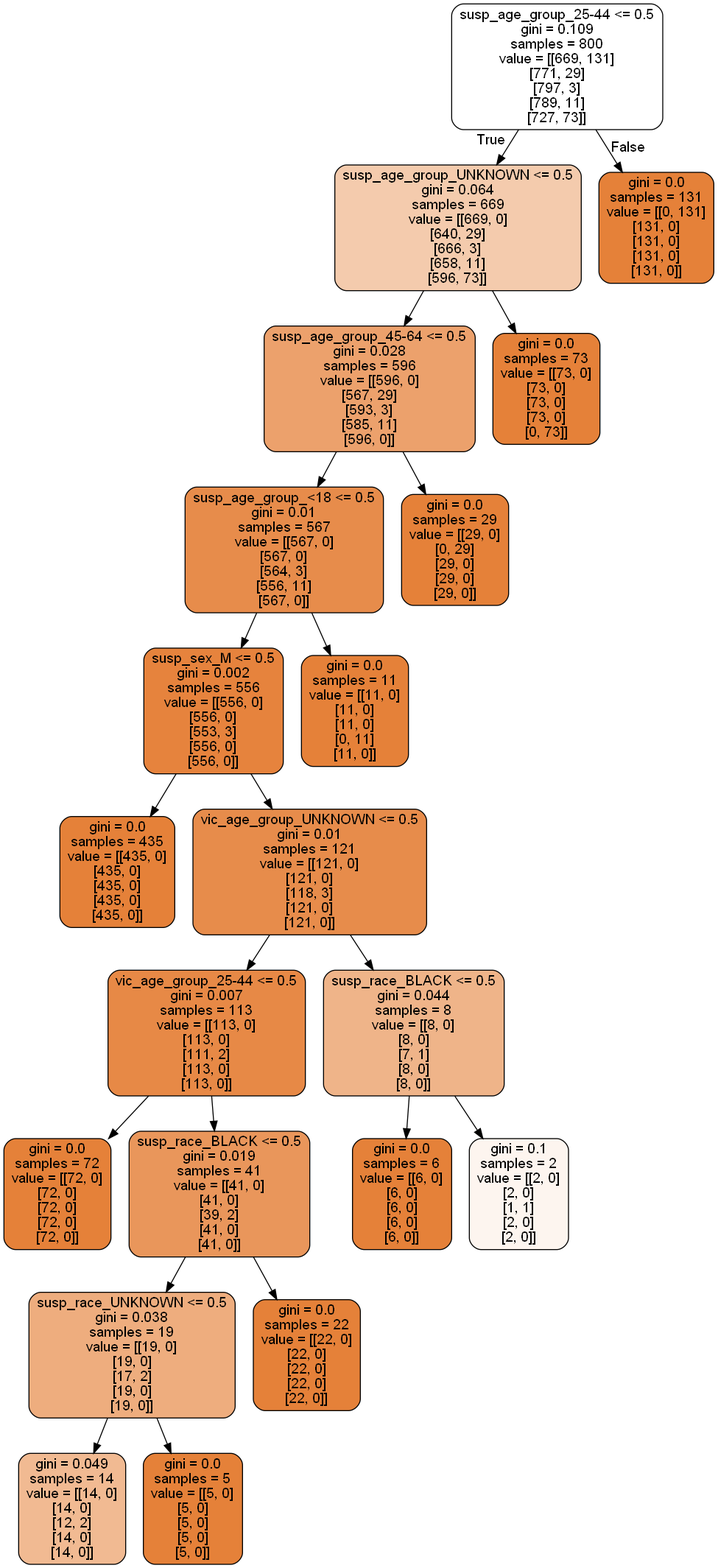
Before: tree.png, a diagram exported from Graphviz (miguegallardo16/NY-crimes). Its source is kept beside it as tree.dot. Its diagram source:
```dot
digraph Tree {
node [shape=box, style="filled, rounded", color="black", fontname=helvetica] ;
edge [fontname=helvetica] ;
0 [label="susp_age_group_25-44 <= 0.5\ngini = 0.109\nsamples = 800\nvalue = [[669, 131]\n[771, 29]\n[797, 3]\n[789, 11]\n[727, 73]]", fillcolor="#ffffff"] ;
1 [label="susp_age_group_UNKNOWN <= 0.5\ngini = 0.064\nsamples = 669\nvalue = [[669, 0]\n[640, 29]\n[666, 3]\n[658, 11]\n[596, 73]]", fillcolor="#f4cbad"] ;
0 -> 1 [labeldistance=2.5, labelangle=45, headlabel="True"] ;
2 [label="susp_age_group_45-64 <= 0.5\ngini = 0.028\nsamples = 596\nvalue = [[596, 0]\n[567, 29]\n[593, 3]\n[585, 11]\n[596, 0]]", fillcolor="#eca16c"] ;
1 -> 2 ;
3 [label="susp_age_group_<18 <= 0.5\ngini = 0.01\nsamples = 567\nvalue = [[567, 0]\n[567, 0]\n[564, 3]\n[556, 11]\n[567, 0]]", fillcolor="#e78c4b"] ;
2 -> 3 ;
4 [label="susp_sex_M <= 0.5\ngini = 0.002\nsamples = 556\nvalue = [[556, 0]\n[556, 0]\n[553, 3]\n[556, 0]\n[556, 0]]", fillcolor="#e6833d"] ;
3 -> 4 ;
5 [label="gini = 0.0\nsamples = 435\nvalue = [[435, 0]\n[435, 0]\n[435, 0]\n[435, 0]\n[435, 0]]", fillcolor="#e58139"] ;
4 -> 5 ;
6 [label="vic_age_group_UNKNOWN <= 0.5\ngini = 0.01\nsamples = 121\nvalue = [[121, 0]\n[121, 0]\n[118, 3]\n[121, 0]\n[121, 0]]", fillcolor="#e78c4b"] ;
4 -> 6 ;
7 [label="vic_age_group_25-44 <= 0.5\ngini = 0.007\nsamples = 113\nvalue = [[113, 0]\n[113, 0]\n[111, 2]\n[113, 0]\n[113, 0]]", fillcolor="#e78946"] ;
6 -> 7 ;
8 [label="gini = 0.0\nsamples = 72\nvalue = [[72, 0]\n[72, 0]\n[72, 0]\n[72, 0]\n[72, 0]]", fillcolor="#e58139"] ;
7 -> 8 ;
9 [label="susp_race_BLACK <= 0.5\ngini = 0.019\nsamples = 41\nvalue = [[41, 0]\n[41, 0]\n[39, 2]\n[41, 0]\n[41, 0]]", fillcolor="#e9965b"] ;
7 -> 9 ;
10 [label="susp_race_UNKNOWN <= 0.5\ngini = 0.038\nsamples = 19\nvalue = [[19, 0]\n[19, 0]\n[17, 2]\n[19, 0]\n[19, 0]]", fillcolor="#eead7e"] ;
9 -> 10 ;
11 [label="gini = 0.049\nsamples = 14\nvalue = [[14, 0]\n[14, 0]\n[12, 2]\n[14, 0]\n[14, 0]]", fillcolor="#f1ba92"] ;
10 -> 11 ;
12 [label="gini = 0.0\nsamples = 5\nvalue = [[5, 0]\n[5, 0]\n[5, 0]\n[5, 0]\n[5, 0]]", fillcolor="#e58139"] ;
10 -> 12 ;
13 [label="gini = 0.0\nsamples = 22\nvalue = [[22, 0]\n[22, 0]\n[22, 0]\n[22, 0]\n[22, 0]]", fillcolor="#e58139"] ;
9 -> 13 ;
14 [label="susp_race_BLACK <= 0.5\ngini = 0.044\nsamples = 8\nvalue = [[8, 0]\n[8, 0]\n[7, 1]\n[8, 0]\n[8, 0]]", fillcolor="#efb489"] ;
6 -> 14 ;
15 [label="gini = 0.0\nsamples = 6\nvalue = [[6, 0]\n[6, 0]\n[6, 0]\n[6, 0]\n[6, 0]]", fillcolor="#e58139"] ;
14 -> 15 ;
16 [label="gini = 0.1\nsamples = 2\nvalue = [[2, 0]\n[2, 0]\n[1, 1]\n[2, 0]\n[2, 0]]", fillcolor="#fdf5ef"] ;
14 -> 16 ;
17 [label="gini = 0.0\nsamples = 11\nvalue = [[11, 0]\n[11, 0]\n[11, 0]\n[0, 11]\n[11, 0]]", fillcolor="#e58139"] ;
3 -> 17 ;
18 [label="gini = 0.0\nsamples = 29\nvalue = [[29, 0]\n[0, 29]\n[29, 0]\n[29, 0]\n[29, 0]]", fillcolor="#e58139"] ;
2 -> 18 ;
19 [label="gini = 0.0\nsamples = 73\nvalue = [[73, 0]\n[73, 0]\n[73, 0]\n[73, 0]\n[0, 73]]", fillcolor="#e58139"] ;
1 -> 19 ;
20 [label="gini = 0.0\nsamples = 131\nvalue = [[0, 131]\n[131, 0]\n[131, 0]\n[131, 0]\n[131, 0]]", fillcolor="#e58139"] ;
0 -> 20 [labeldistance=2.5, labelangle=-45, headlabel="False"] ;
}
```
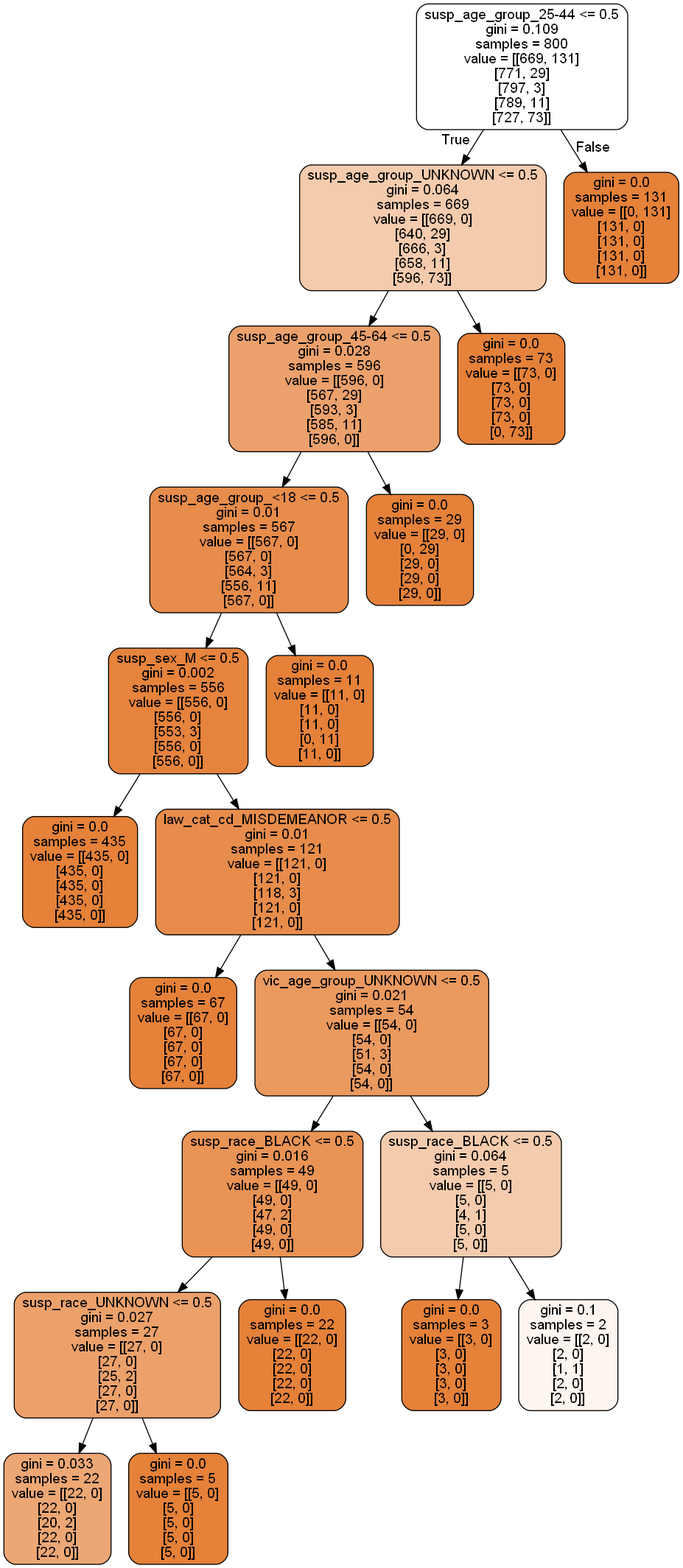
After the commit.

Diff of the diagram source:
```diff
@@ -12,25 +12,25 @@
 3 -> 4 ;
 5 [label="gini = 0.0\nsamples = 435\nvalue = [[435, 0]\n[435, 0]\n[435, 0]\n[435, 0]\n[435, 0]]", fillcolor="#e58139"] ;
 4 -> 5 ;
-6 [label="vic_age_group_UNKNOWN <= 0.5\ngini = 0.01\nsamples = 121\nvalue = [[121, 0]\n[121, 0]\n[118, 3]\n[121, 0]\n[121, 0]]", fillcolor="#e78c4b"] ;
+6 [label="law_cat_cd_MISDEMEANOR <= 0.5\ngini = 0.01\nsamples = 121\nvalue = [[121, 0]\n[121, 0]\n[118, 3]\n[121, 0]\n[121, 0]]", fillcolor="#e78c4b"] ;
 4 -> 6 ;
-7 [label="vic_age_group_25-44 <= 0.5\ngini = 0.007\nsamples = 113\nvalue = [[113, 0]\n[113, 0]\n[111, 2]\n[113, 0]\n[113, 0]]", fillcolor="#e78946"] ;
+7 [label="gini = 0.0\nsamples = 67\nvalue = [[67, 0]\n[67, 0]\n[67, 0]\n[67, 0]\n[67, 0]]", fillcolor="#e58139"] ;
 6 -> 7 ;
-8 [label="gini = 0.0\nsamples = 72\nvalue = [[72, 0]\n[72, 0]\n[72, 0]\n[72, 0]\n[72, 0]]", fillcolor="#e58139"] ;
-7 -> 8 ;
-9 [label="susp_race_BLACK <= 0.5\ngini = 0.019\nsamples = 41\nvalue = [[41, 0]\n[41, 0]\n[39, 2]\n[41, 0]\n[41, 0]]", fillcolor="#e9965b"] ;
-7 -> 9 ;
-10 [label="susp_race_UNKNOWN <= 0.5\ngini = 0.038\nsamples = 19\nvalue = [[19, 0]\n[19, 0]\n[17, 2]\n[19, 0]\n[19, 0]]", fillcolor="#eead7e"] ;
+8 [label="vic_age_group_UNKNOWN <= 0.5\ngini = 0.021\nsamples = 54\nvalue = [[54, 0]\n[54, 0]\n[51, 3]\n[54, 0]\n[54, 0]]", fillcolor="#ea995f"] ;
+6 -> 8 ;
+9 [label="susp_race_BLACK <= 0.5\ngini = 0.016\nsamples = 49\nvalue = [[49, 0]\n[49, 0]\n[47, 2]\n[49, 0]\n[49, 0]]", fillcolor="#e99355"] ;
+8 -> 9 ;
+10 [label="susp_race_UNKNOWN <= 0.5\ngini = 0.027\nsamples = 27\nvalue = [[27, 0]\n[27, 0]\n[25, 2]\n[27, 0]\n[27, 0]]", fillcolor="#eca16b"] ;
 9 -> 10 ;
-11 [label="gini = 0.049\nsamples = 14\nvalue = [[14, 0]\n[14, 0]\n[12, 2]\n[14, 0]\n[14, 0]]", fillcolor="#f1ba92"] ;
+11 [label="gini = 0.033\nsamples = 22\nvalue = [[22, 0]\n[22, 0]\n[20, 2]\n[22, 0]\n[22, 0]]", fillcolor="#eda775"] ;
 10 -> 11 ;
 12 [label="gini = 0.0\nsamples = 5\nvalue = [[5, 0]\n[5, 0]\n[5, 0]\n[5, 0]\n[5, 0]]", fillcolor="#e58139"] ;
 10 -> 12 ;
 13 [label="gini = 0.0\nsamples = 22\nvalue = [[22, 0]\n[22, 0]\n[22, 0]\n[22, 0]\n[22, 0]]", fillcolor="#e58139"] ;
 9 -> 13 ;
-14 [label="susp_race_BLACK <= 0.5\ngini = 0.044\nsamples = 8\nvalue = [[8, 0]\n[8, 0]\n[7, 1]\n[8, 0]\n[8, 0]]", fillcolor="#efb489"] ;
-6 -> 14 ;
-15 [label="gini = 0.0\nsamples = 6\nvalue = [[6, 0]\n[6, 0]\n[6, 0]\n[6, 0]\n[6, 0]]", fillcolor="#e58139"] ;
+14 [label="susp_race_BLACK <= 0.5\ngini = 0.064\nsamples = 5\nvalue = [[5, 0]\n[5, 0]\n[4, 1]\n[5, 0]\n[5, 0]]", fillcolor="#f4cbad"] ;
+8 -> 14 ;
+15 [label="gini = 0.0\nsamples = 3\nvalue = [[3, 0]\n[3, 0]\n[3, 0]\n[3, 0]\n[3, 0]]", fillcolor="#e58139"] ;
 14 -> 15 ;
 16 [label="gini = 0.1\nsamples = 2\nvalue = [[2, 0]\n[2, 0]\n[1, 1]\n[2, 0]\n[2, 0]]", fillcolor="#fdf5ef"] ;
 14 -> 16 ;
```
